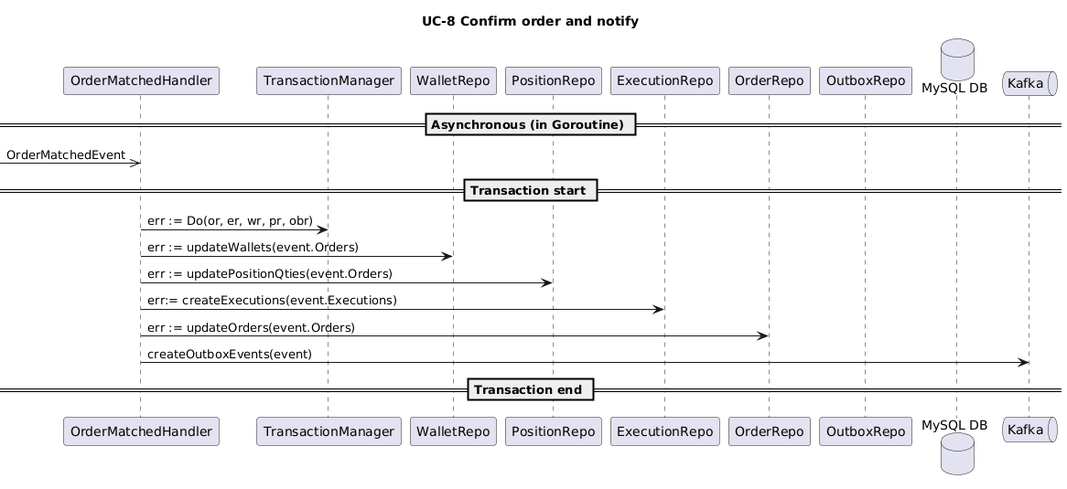
Earlier version of the PlantUML export docs/use_cases/uc08_sequence.png (cjayneb/log430-project). Source of this version:
```plantuml
@startuml
title UC-8 Confirm order and notify

participant "OrderMatchedHandler" as handler
participant "TransactionManager" as tm
participant "WalletRepo" as wr
participant "PositionRepo" as pr
participant "ExecutionRepo" as er
participant "OrderRepo" as or
participant "OutboxRepo" as obr
database "MySQL DB" as mysql
queue "Kafka" as kafka

== Asynchronous (in Goroutine) ==
->> handler : OrderMatchedEvent
== Transaction start ==
handler -> tm : err := Do(or, er, wr, pr, obr)
handler -> wr : err := updateWallets(event.Orders)
handler -> pr: err := updatePositionQties(event.Orders)
handler -> er : err:= createExecutions(event.Executions)
handler -> or : err := updateOrders(event.Orders)
handler -> kafka : createOutboxEvents(event)
== Transaction end ==
@enduml
```
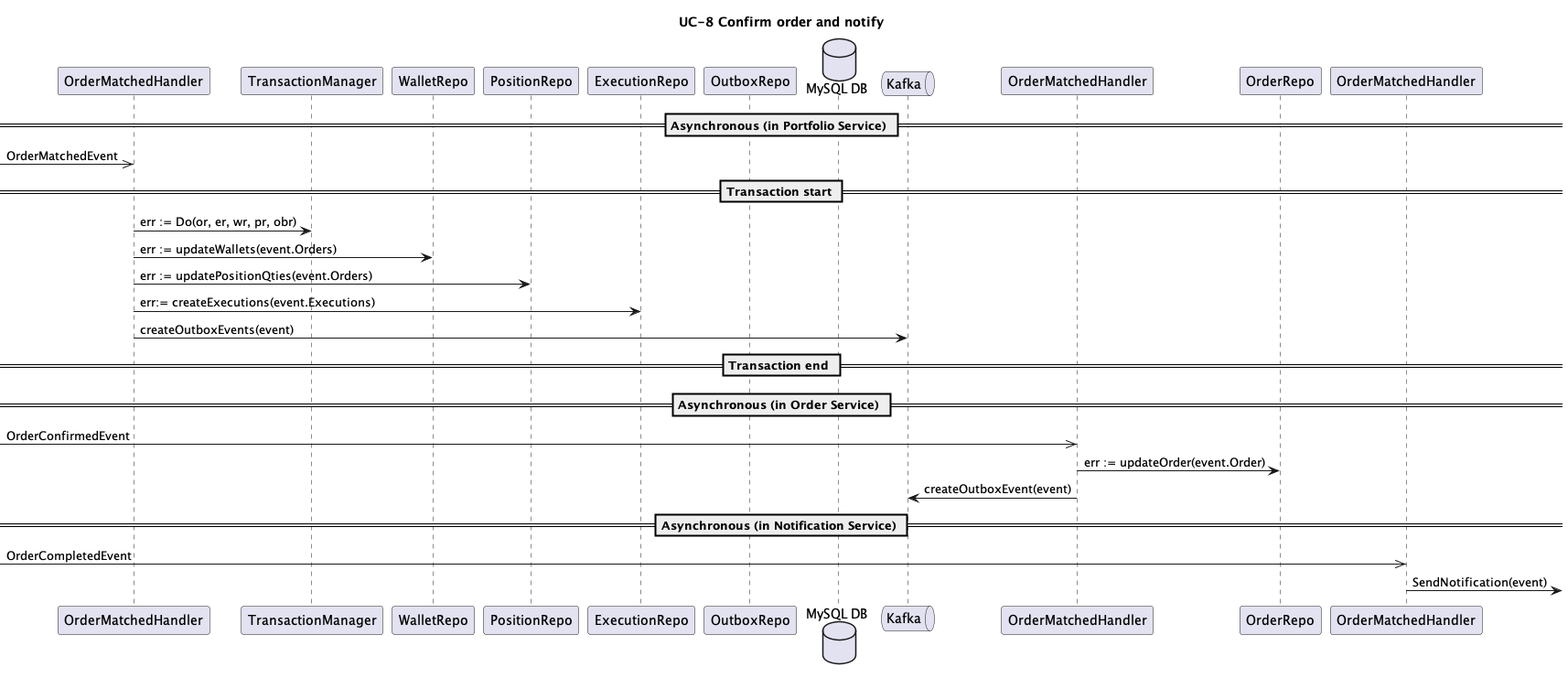
The same diagram one commit later.

Diff of the diagram source:
```diff
@@ -6,19 +6,31 @@
 participant "WalletRepo" as wr
 participant "PositionRepo" as pr
 participant "ExecutionRepo" as er
-participant "OrderRepo" as or
 participant "OutboxRepo" as obr
 database "MySQL DB" as mysql
 queue "Kafka" as kafka
 
-== Asynchronous (in Goroutine) ==
+participant "OrderMatchedHandler" as confirmedhandler
+participant "OrderRepo" as or
+participant "OrderMatchedHandler" as notifhandler
+
+== Asynchronous (in Portfolio Service) ==
 ->> handler : OrderMatchedEvent
 == Transaction start ==
 handler -> tm : err := Do(or, er, wr, pr, obr)
 handler -> wr : err := updateWallets(event.Orders)
 handler -> pr: err := updatePositionQties(event.Orders)
 handler -> er : err:= createExecutions(event.Executions)
-handler -> or : err := updateOrders(event.Orders)
 handler -> kafka : createOutboxEvents(event)
 == Transaction end ==
+
+== Asynchronous (in Order Service) ==
+->> confirmedhandler : OrderConfirmedEvent
+confirmedhandler -> or : err := updateOrder(event.Order)
+confirmedhandler -> kafka : createOutboxEvent(event)
+
+== Asynchronous (in Notification Service) ==
+->> notifhandler : OrderCompletedEvent
+notifhandler ->  : SendNotification(event)
+
 @enduml
```
